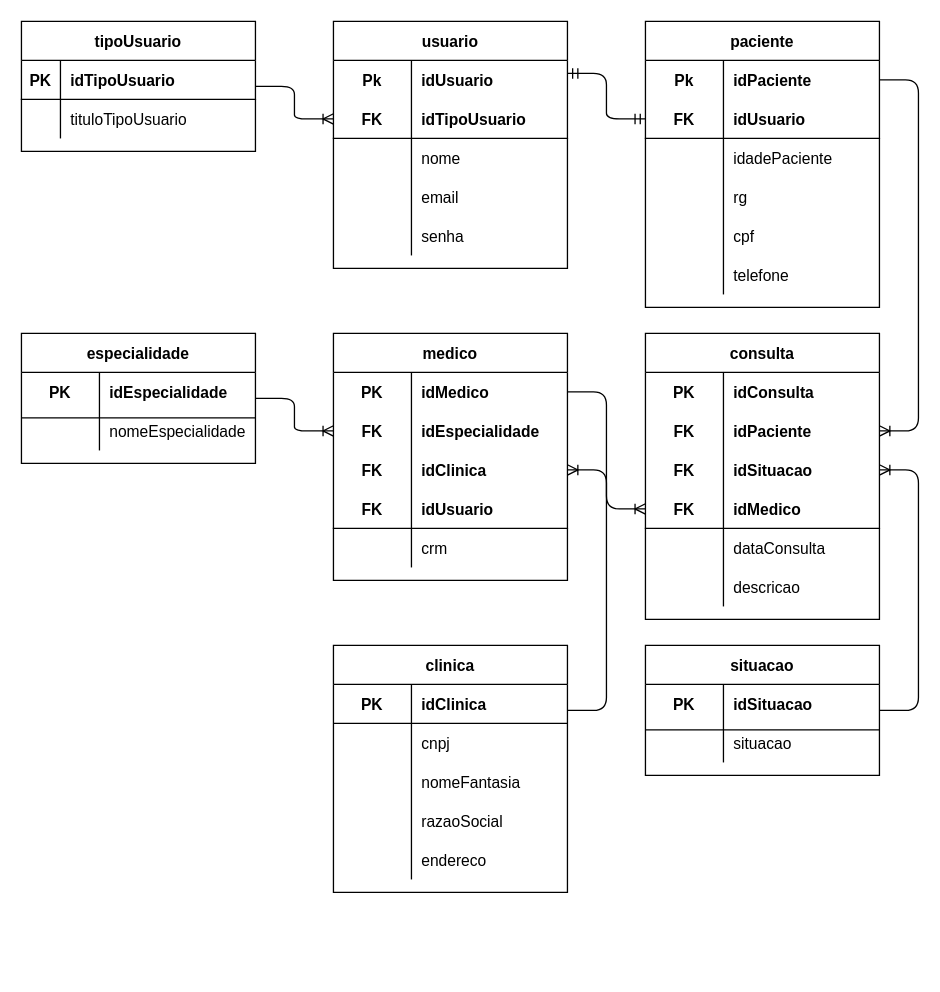
This is page "logico" (2 of 2) of sprint-1-bd/projeto_medicals/modelagens/projeto_medicals.drawio from DudaPereira/senai_sprint_1bd, a draw.io file, before an edit. Source tidied: cells renumbered, new cells numbered last; positions are measured from the earlier drawing's top-left corner, leaving out a move shared by most shapes. Both pictures are drawn from the tidied source at 130%, with x=0, y=0 at pixel (21, 21).
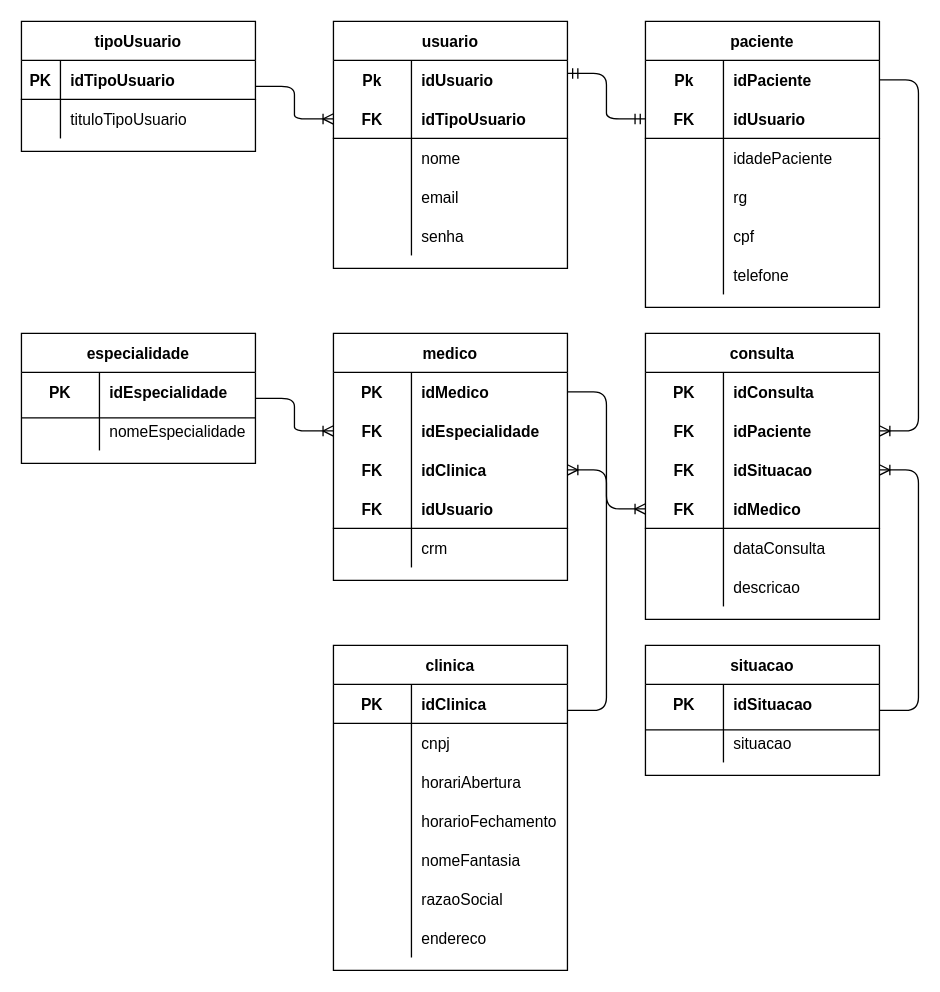
The same diagram, later.

What changed in the source:
```diff
@@
     <mxCell id="95" value="clinica" style="shape=table;startSize=30;childLayout=tableLayout;rowLines=0;fontStyle=1;align=center;" parent="1" vertex="1">
-      <mxGeometry x="240" y="480" width="180" height="190" as="geometry" />
+      <mxGeometry x="240" y="480" width="180" height="250" as="geometry" />
     </mxCell>
@@
+    <mxCell id="119" style="shape=partialRectangle;fillColor=none;top=0;left=0;bottom=0;right=0;" parent="95" vertex="1">
+      <mxGeometry y="90" width="180" height="30" as="geometry" />
+    </mxCell>
+    <mxCell id="120" style="shape=partialRectangle;fillColor=none;top=0;left=0;bottom=0;right=0;overflow=hidden;" parent="119" vertex="1">
+      <mxGeometry width="60" height="30" as="geometry" />
+    </mxCell>
+    <mxCell id="121" value="horariAbertura" style="shape=partialRectangle;fillColor=none;top=0;left=0;bottom=0;right=0;align=left;spacingLeft=6;overflow=hidden;" parent="119" vertex="1">
+      <mxGeometry x="60" width="120" height="30" as="geometry" />
+    </mxCell>
+    <mxCell id="122" style="shape=partialRectangle;fillColor=none;top=0;left=0;bottom=0;right=0;" parent="95" vertex="1">
+      <mxGeometry y="120" width="180" height="30" as="geometry" />
+    </mxCell>
+    <mxCell id="123" style="shape=partialRectangle;fillColor=none;top=0;left=0;bottom=0;right=0;overflow=hidden;" parent="122" vertex="1">
+      <mxGeometry width="60" height="30" as="geometry" />
+    </mxCell>
+    <mxCell id="124" value="horarioFechamento" style="shape=partialRectangle;fillColor=none;top=0;left=0;bottom=0;right=0;align=left;spacingLeft=6;overflow=hidden;" parent="122" vertex="1">
+      <mxGeometry x="60" width="120" height="30" as="geometry" />
+    </mxCell>
     <mxCell id="102" style="shape=partialRectangle;fillColor=none;top=0;left=0;bottom=0;right=0;" parent="95" vertex="1">
-      <mxGeometry y="90" width="180" height="30" as="geometry" />
+      <mxGeometry y="150" width="180" height="30" as="geometry" />
     </mxCell>
@@
     <mxCell id="105" style="shape=partialRectangle;fillColor=none;top=0;left=0;bottom=0;right=0;" parent="95" vertex="1">
-      <mxGeometry y="120" width="180" height="30" as="geometry" />
+      <mxGeometry y="180" width="180" height="30" as="geometry" />
     </mxCell>
@@
     <mxCell id="108" style="shape=partialRectangle;fillColor=none;top=0;left=0;bottom=0;right=0;" parent="95" vertex="1">
-      <mxGeometry y="150" width="180" height="30" as="geometry" />
+      <mxGeometry y="210" width="180" height="30" as="geometry" />
     </mxCell>
```
